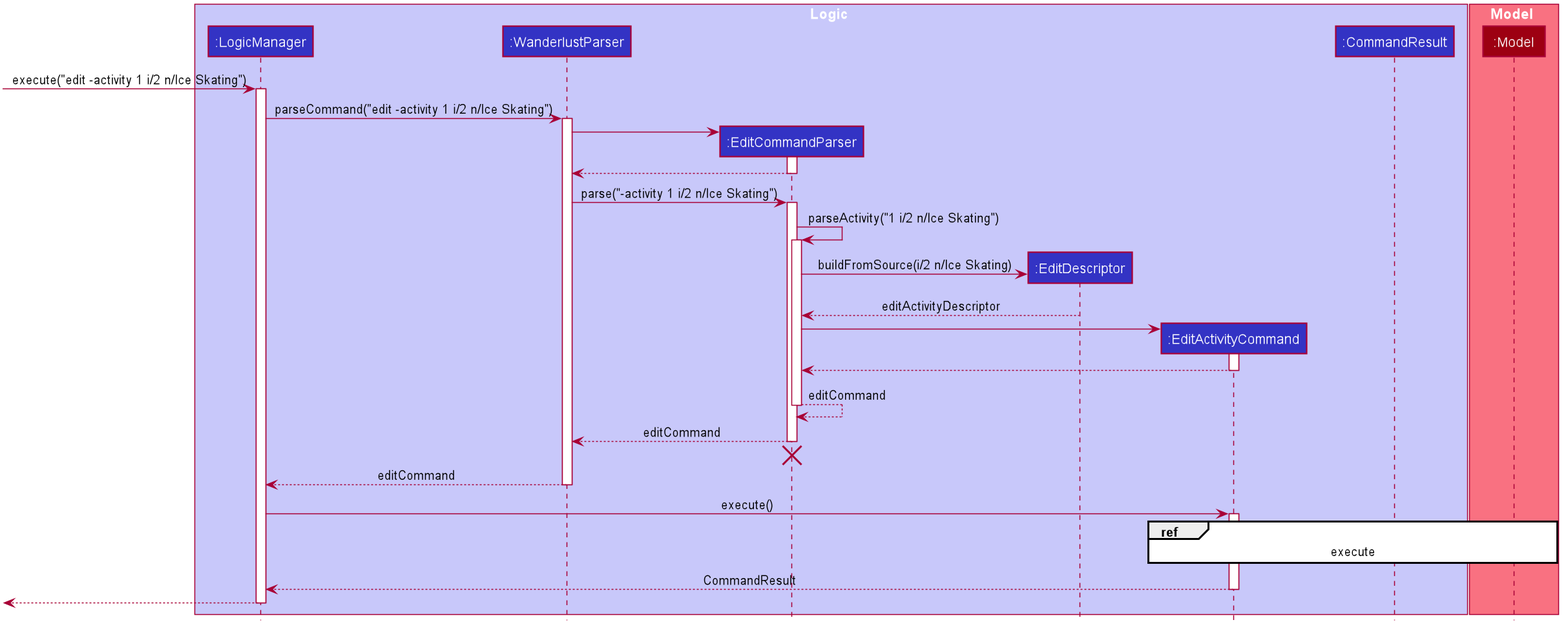
The PlantUML diagram docs/images/EditSequenceDiagram.png in underthehai/tp, before a commit. The source it was exported from:
```plantuml
@startuml








skinparam BackgroundColor #FFFFFFF

skinparam Shadowing false

skinparam Class {
    FontColor #FFFFFF
    BorderThickness 1
    BorderColor #FFFFFF
    StereotypeFontColor #FFFFFF
    FontName Arial
}

skinparam Actor {
    BorderColor #000000
    Color #000000
    FontName Arial
}

skinparam Sequence {
    MessageAlign center
    BoxFontSize 15
    BoxPadding 0
    BoxFontColor #FFFFFF
    FontName Arial
}

skinparam Participant {
    FontColor #FFFFFFF
    Padding 20
}

skinparam MinClassWidth 50
skinparam ParticipantPadding 10
skinparam Shadowing false
skinparam DefaultTextAlignment center
skinparam packageStyle Rectangle

hide footbox
hide members
hide circle

box Logic #C8C8FA
participant ":LogicManager" as LogicManager #3333C4
participant ":WanderlustParser" as WanderlustParser #3333C4

participant ":EditCommandParser" as EditCommandParser #3333C4
participant ":EditDescriptor" as EditDescriptor #3333C4

participant ":EditActivityCommand" as EditActivityCommand #3333C4
participant ":CommandResult" as CommandResult #3333C4
end box

box Model #F97181
participant ":Model" as Model #9D0012
end box

[-> LogicManager : execute("edit -activity 1 i/2 n/Ice Skating")
activate LogicManager

LogicManager -> WanderlustParser : parseCommand("edit -activity 1 i/2 n/Ice Skating")
activate WanderlustParser

create EditCommandParser
WanderlustParser -> EditCommandParser

activate EditCommandParser
EditCommandParser --> WanderlustParser
deactivate EditCommandParser

WanderlustParser -> EditCommandParser : parse("-activity 1 i/2 n/Ice Skating")
activate EditCommandParser



EditCommandParser -> EditCommandParser : parseActivity("1 i/2 n/Ice Skating")
activate EditCommandParser

create EditDescriptor

EditCommandParser -> EditDescriptor : buildFromSource(i/2 n/Ice Skating)
EditDescriptor --> EditCommandParser : editActivityDescriptor

create EditActivityCommand
EditCommandParser -> EditActivityCommand
activate EditActivityCommand
EditActivityCommand --> EditCommandParser
deactivate EditActivityCommand


EditCommandParser --> EditCommandParser : editCommand
deactivate EditCommandParser


EditCommandParser --> WanderlustParser : editCommand
deactivate EditCommandParser

EditCommandParser -[hidden]-> WanderlustParser
destroy EditCommandParser

WanderlustParser --> LogicManager : editCommand
deactivate WanderlustParser

LogicManager -> EditActivityCommand : execute()

activate EditActivityCommand
ref over EditActivityCommand, Model : execute
EditActivityCommand --> LogicManager: CommandResult
deactivate EditActivityCommand

[<--LogicManager
deactivate LogicManager
@enduml
```
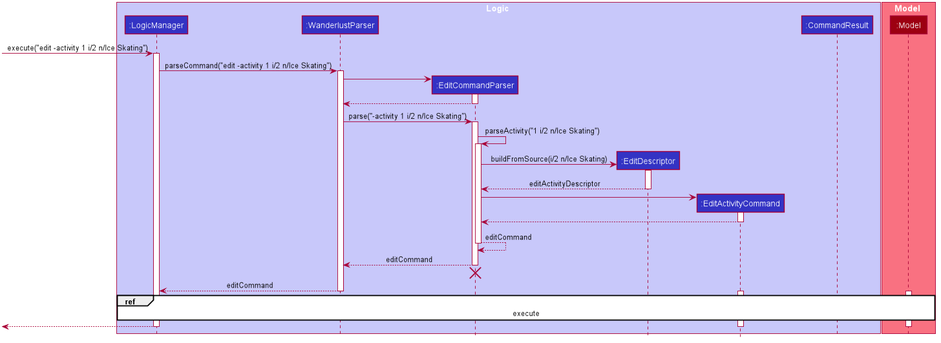
Later version of the same file.

Commit message:
Replace Edit Sequence diagrams

Diff of the diagram source:
```diff
@@ -87,7 +87,10 @@
 create EditDescriptor
 
 EditCommandParser -> EditDescriptor : buildFromSource(i/2 n/Ice Skating)
+activate EditDescriptor
+
 EditDescriptor --> EditCommandParser : editActivityDescriptor
+deactivate EditDescriptor
 
 create EditActivityCommand
 EditCommandParser -> EditActivityCommand
@@ -109,13 +112,11 @@
 WanderlustParser --> LogicManager : editCommand
 deactivate WanderlustParser
 
-LogicManager -> EditActivityCommand : execute()
-
 activate EditActivityCommand
-ref over EditActivityCommand, Model : execute
-EditActivityCommand --> LogicManager: CommandResult
+activate Model
+ref over LogicManager, EditActivityCommand, Model : execute
+[<--LogicManager
 deactivate EditActivityCommand
-
-[<--LogicManager
+deactivate Model
 deactivate LogicManager
 @enduml
```
